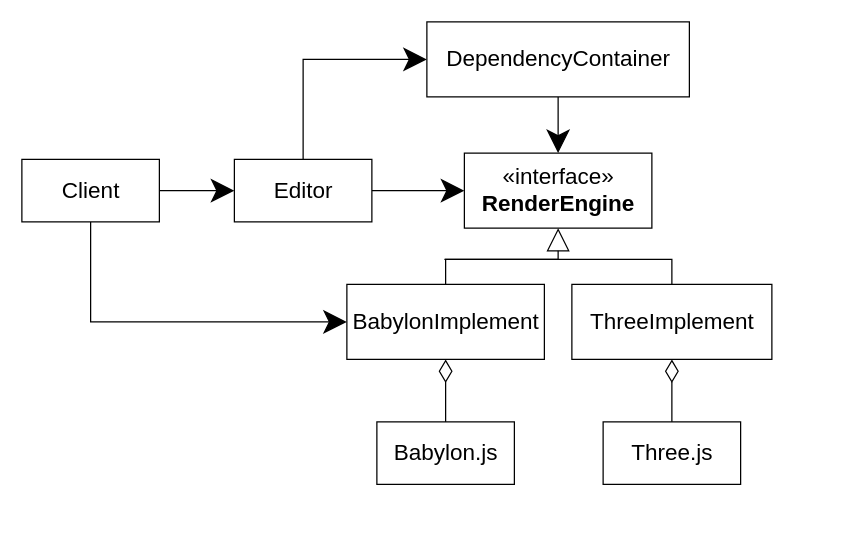
yyc-git/3DProgramPattern keeps this draw.io diagram as packages/依赖隔离模式/story_improve/UML.drawio. Above is the earlier version. Source tidied: cells renumbered, new cells numbered last; positions are measured from the earlier drawing's top-left corner, leaving out a move shared by most shapes. Both pictures are drawn from the tidied source at 125%, with x=0, y=0 at pixel (21, 21).
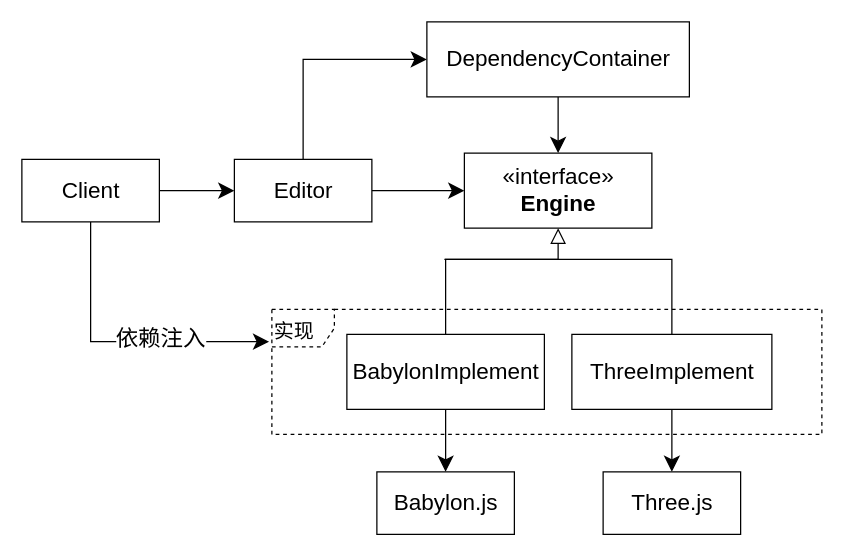
The same page after the edit.

The change refers to these unchanged cells:
```xml
<mxCell id="4" value="Editor" style="html=1;fontSize=18;" parent="1" vertex="1">
  <mxGeometry x="170" y="110" width="110" height="50" as="geometry" />
</mxCell>
<mxCell id="12" value="Client" style="html=1;fontSize=18;" parent="1" vertex="1">
  <mxGeometry y="110" width="110" height="50" as="geometry" />
</mxCell>
<mxCell id="14" value="DependencyContainer" style="html=1;fontSize=18;" parent="1" vertex="1">
  <mxGeometry x="324" width="210" height="60" as="geometry" />
</mxCell>
```

The edit, as a diff of the source:
```diff
@@
-    <mxCell id="2" style="edgeStyle=orthogonalEdgeStyle;rounded=0;jettySize=auto;html=1;entryX=0;entryY=0.5;entryDx=0;entryDy=0;endSize=16;startSize=16;" parent="1" edge="1" source="4" target="8">
+    <mxCell id="2" style="edgeStyle=orthogonalEdgeStyle;rounded=0;jettySize=auto;html=1;entryX=0;entryY=0.5;entryDx=0;entryDy=0;endSize=10;startSize=10;" parent="1" edge="1" source="4" target="8">
       <mxGeometry relative="1" as="geometry" />
     </mxCell>
-    <mxCell id="3" style="edgeStyle=orthogonalEdgeStyle;rounded=0;jettySize=auto;html=1;entryX=0;entryY=0.5;entryDx=0;entryDy=0;exitX=0.5;exitY=0;exitDx=0;exitDy=0;endSize=16;startSize=16;" parent="1" edge="1" source="4" target="14">
+    <mxCell id="3" style="edgeStyle=orthogonalEdgeStyle;rounded=0;jettySize=auto;html=1;entryX=0;entryY=0.5;entryDx=0;entryDy=0;exitX=0.5;exitY=0;exitDx=0;exitDy=0;endSize=10;startSize=10;" parent="1" edge="1" source="4" target="14">
       <mxGeometry relative="1" as="geometry" />
     </mxCell>
@@
-    <mxCell id="5" style="edgeStyle=orthogonalEdgeStyle;rounded=0;jettySize=auto;html=1;entryX=0.5;entryY=1;entryDx=0;entryDy=0;endArrow=block;endFill=0;endSize=16;startSize=16;" parent="1" edge="1" source="7" target="8">
-      <mxGeometry relative="1" as="geometry" />
+    <mxCell id="5" style="edgeStyle=orthogonalEdgeStyle;rounded=0;jettySize=auto;html=1;entryX=0.5;entryY=1;entryDx=0;entryDy=0;endArrow=block;endFill=0;endSize=10;startSize=10;" parent="1" edge="1" source="7" target="8">
+      <mxGeometry relative="1" as="geometry">
+        <Array as="points">
+          <mxPoint x="339" y="190" />
+          <mxPoint x="429" y="190" />
+        </Array>
+      </mxGeometry>
     </mxCell>
-    <mxCell id="6" style="edgeStyle=orthogonalEdgeStyle;rounded=0;jettySize=auto;html=1;startArrow=diamondThin;startFill=0;endSize=16;startSize=16;endArrow=none;endFill=0;" parent="1" edge="1" source="7" target="9">
+    <mxCell id="6" style="edgeStyle=orthogonalEdgeStyle;rounded=0;jettySize=auto;html=1;startArrow=none;startFill=0;endSize=10;startSize=10;endArrow=classic;endFill=1;" parent="1" edge="1" source="7" target="9">
       <mxGeometry relative="1" as="geometry" />
     </mxCell>
     <mxCell id="7" value="BabylonImplement" style="html=1;fontSize=18;" parent="1" vertex="1">
-      <mxGeometry x="260" y="210" width="158" height="60" as="geometry" />
+      <mxGeometry x="260" y="250" width="158" height="60" as="geometry" />
     </mxCell>
-    <mxCell id="8" value="&lt;font style=&quot;font-size: 18px&quot;&gt;«interface»&lt;br&gt;&lt;b&gt;RenderEngine&lt;/b&gt;&lt;/font&gt;" style="html=1;" parent="1" vertex="1">
+    <mxCell id="8" value="&lt;font style=&quot;font-size: 18px&quot;&gt;«interface»&lt;br&gt;&lt;b&gt;Engine&lt;/b&gt;&lt;/font&gt;" style="html=1;" parent="1" vertex="1">
       <mxGeometry x="354" y="105" width="150" height="60" as="geometry" />
     </mxCell>
     <mxCell id="9" value="Babylon.js" style="html=1;fontSize=18;" parent="1" vertex="1">
-      <mxGeometry x="284" y="320" width="110" height="50" as="geometry" />
+      <mxGeometry x="284" y="360" width="110" height="50" as="geometry" />
     </mxCell>
-    <mxCell id="10" style="edgeStyle=orthogonalEdgeStyle;rounded=0;jettySize=auto;html=1;entryX=0;entryY=0.5;entryDx=0;entryDy=0;endSize=16;startSize=16;" parent="1" edge="1" source="12" target="4">
+    <mxCell id="10" style="edgeStyle=orthogonalEdgeStyle;rounded=0;jettySize=auto;html=1;entryX=0;entryY=0.5;entryDx=0;entryDy=0;endSize=10;startSize=10;" parent="1" edge="1" source="12" target="4">
       <mxGeometry relative="1" as="geometry" />
     </mxCell>
-    <mxCell id="11" style="edgeStyle=orthogonalEdgeStyle;rounded=0;jettySize=auto;html=1;endSize=16;startSize=16;endArrow=classic;endFill=1;" parent="1" edge="1" source="12">
+    <mxCell id="11" style="edgeStyle=orthogonalEdgeStyle;rounded=0;jettySize=auto;html=1;endSize=10;startSize=10;endArrow=classic;endFill=1;entryX=-0.005;entryY=0.258;entryDx=0;entryDy=0;entryPerimeter=0;" parent="1" edge="1" source="12" target="20">
       <mxGeometry relative="1" as="geometry">
-        <mxPoint x="260" y="240" as="targetPoint" />
         <Array as="points">
-          <mxPoint x="55" y="240" />
+          <mxPoint x="55" y="256" />
         </Array>
       </mxGeometry>
     </mxCell>
+    <mxCell id="19" value="&lt;font style=&quot;font-size: 18px&quot;&gt;依赖注入&lt;/font&gt;" style="edgeLabel;html=1;align=center;verticalAlign=middle;" parent="11" vertex="1">
+      <mxGeometry x="0.04" y="2" relative="1" as="geometry">
+        <mxPoint x="27" as="offset" />
+      </mxGeometry>
+    </mxCell>
@@
-    <mxCell id="13" style="edgeStyle=orthogonalEdgeStyle;rounded=0;jettySize=auto;html=1;endSize=16;startSize=16;" parent="1" edge="1" source="14" target="8">
+    <mxCell id="13" style="edgeStyle=orthogonalEdgeStyle;rounded=0;jettySize=auto;html=1;endSize=10;startSize=10;" parent="1" edge="1" source="14" target="8">
       <mxGeometry relative="1" as="geometry" />
     </mxCell>
@@
-    <mxCell id="15" style="edgeStyle=orthogonalEdgeStyle;rounded=0;jettySize=auto;html=1;startArrow=diamondThin;startFill=0;endSize=16;startSize=16;endArrow=none;endFill=0;" parent="1" edge="1" source="17" target="18">
+    <mxCell id="15" style="edgeStyle=orthogonalEdgeStyle;rounded=0;jettySize=auto;html=1;startArrow=none;startFill=0;endSize=10;startSize=10;endArrow=classic;endFill=1;" parent="1" edge="1" source="17" target="18">
       <mxGeometry relative="1" as="geometry" />
     </mxCell>
-    <mxCell id="16" style="edgeStyle=orthogonalEdgeStyle;rounded=0;jettySize=auto;html=1;startArrow=none;startFill=0;endArrow=none;endFill=0;startSize=16;endSize=16;exitX=0.5;exitY=0;exitDx=0;exitDy=0;" parent="1" edge="1" source="17">
+    <mxCell id="16" style="edgeStyle=orthogonalEdgeStyle;rounded=0;jettySize=auto;html=1;startArrow=none;startFill=0;endArrow=none;endFill=0;startSize=10;endSize=10;exitX=0.5;exitY=0;exitDx=0;exitDy=0;" parent="1" edge="1" source="17">
       <mxGeometry relative="1" as="geometry">
         <mxPoint x="338" y="190" as="targetPoint" />
         <Array as="points">
           <mxPoint x="520" y="190" />
-          <mxPoint x="407" y="190" />
         </Array>
       </mxGeometry>
     </mxCell>
     <mxCell id="17" value="ThreeImplement" style="html=1;fontSize=18;" parent="1" vertex="1">
-      <mxGeometry x="440" y="210" width="160" height="60" as="geometry" />
+      <mxGeometry x="440" y="250" width="160" height="60" as="geometry" />
     </mxCell>
     <mxCell id="18" value="Three.js" style="html=1;fontSize=18;" parent="1" vertex="1">
-      <mxGeometry x="465" y="320" width="110" height="50" as="geometry" />
+      <mxGeometry x="465" y="360" width="110" height="50" as="geometry" />
     </mxCell>
+    <mxCell id="20" value="&lt;div&gt;&lt;span style=&quot;line-height: 120%&quot;&gt;&lt;font style=&quot;font-size: 16px&quot;&gt;实现&lt;/font&gt;&lt;/span&gt;&lt;/div&gt;" style="shape=umlFrame;whiteSpace=wrap;html=1;width=50;height=30;fontSize=32;align=left;dashed=1;" parent="1" vertex="1">
+      <mxGeometry x="200" y="230" width="440" height="100" as="geometry" />
+    </mxCell>
```
